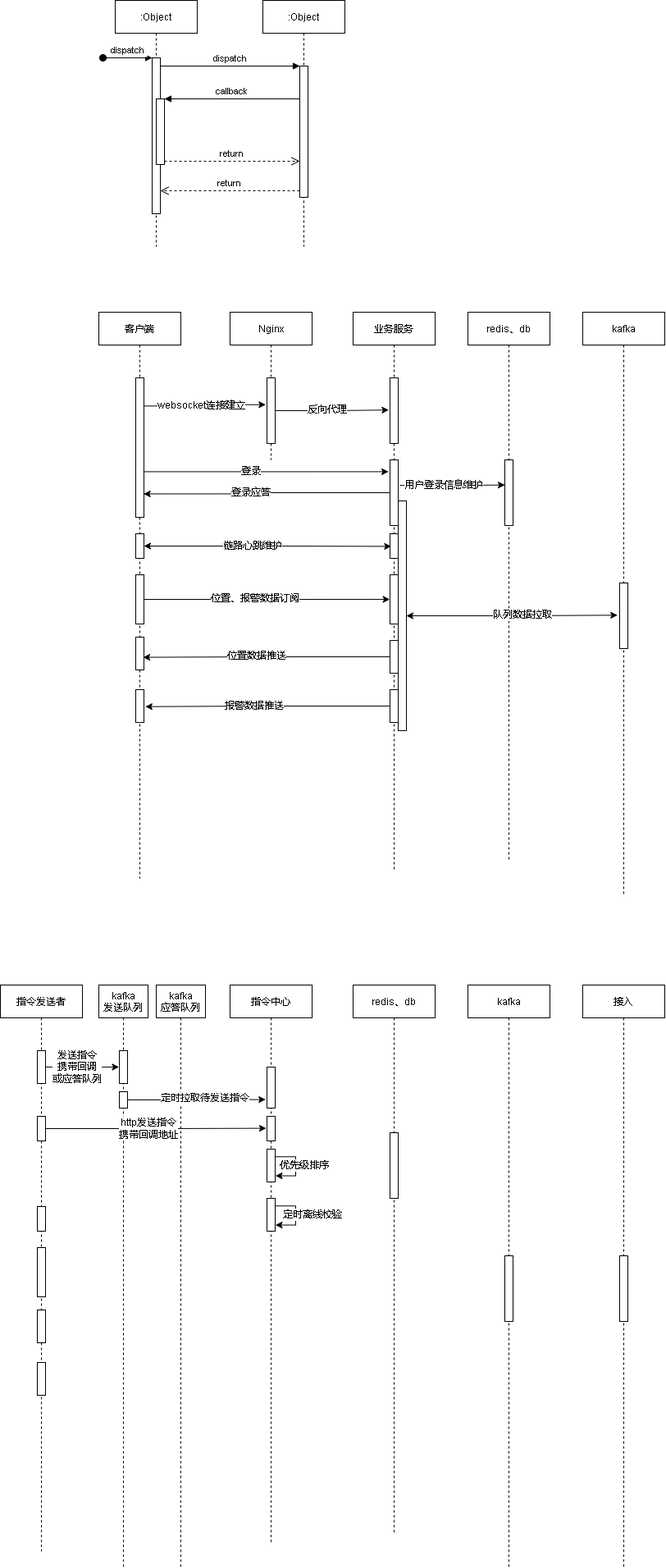
The draw.io diagram cgopro关键业务.drawio.png in xktder/draw, before a commit. Source tidied: cells renumbered, new cells last; positions are measured from the earlier drawing's top-left corner, leaving out a move shared by most shapes. Its diagram source:
```xml
<mxGraphModel>
  <root>
    <mxCell id="0" />
    <mxCell id="1" parent="0" />
    <mxCell id="2" value=":Object" style="shape=umlLifeline;perimeter=lifelinePerimeter;rounded=0;shadow=0;strokeWidth=1;" parent="1" vertex="1">
      <mxGeometry x="140" width="100" height="300" as="geometry" />
    </mxCell>
    <mxCell id="3" style="points=[];perimeter=orthogonalPerimeter;rounded=0;shadow=0;strokeWidth=1;" parent="2" vertex="1">
      <mxGeometry x="45" y="70" width="10" height="190" as="geometry" />
    </mxCell>
    <mxCell id="4" value="dispatch" style="verticalAlign=bottom;startArrow=oval;endArrow=block;startSize=8;shadow=0;strokeWidth=1;" parent="2" edge="1" target="3">
      <mxGeometry relative="1" as="geometry">
        <mxPoint x="-15" y="70" as="sourcePoint" />
      </mxGeometry>
    </mxCell>
    <mxCell id="5" style="points=[];perimeter=orthogonalPerimeter;rounded=0;shadow=0;strokeWidth=1;" parent="2" vertex="1">
      <mxGeometry x="50" y="120" width="10" height="80" as="geometry" />
    </mxCell>
    <mxCell id="6" value=":Object" style="shape=umlLifeline;perimeter=lifelinePerimeter;rounded=0;shadow=0;strokeWidth=1;" parent="1" vertex="1">
      <mxGeometry x="320" width="100" height="300" as="geometry" />
    </mxCell>
    <mxCell id="7" style="points=[];perimeter=orthogonalPerimeter;rounded=0;shadow=0;strokeWidth=1;" parent="6" vertex="1">
      <mxGeometry x="45" y="80" width="10" height="160" as="geometry" />
    </mxCell>
    <mxCell id="8" value="return" style="verticalAlign=bottom;endArrow=open;dashed=1;endSize=8;exitX=0;exitY=0.95;shadow=0;strokeWidth=1;" parent="1" edge="1" source="7" target="3">
      <mxGeometry relative="1" as="geometry" />
    </mxCell>
    <mxCell id="9" value="dispatch" style="verticalAlign=bottom;endArrow=block;entryX=0;entryY=0;shadow=0;strokeWidth=1;" parent="1" edge="1" source="3" target="7">
      <mxGeometry relative="1" as="geometry" />
    </mxCell>
    <mxCell id="10" value="callback" style="verticalAlign=bottom;endArrow=block;entryX=1;entryY=0;shadow=0;strokeWidth=1;" parent="1" edge="1" source="7" target="5">
      <mxGeometry relative="1" as="geometry" />
    </mxCell>
    <mxCell id="11" value="return" style="verticalAlign=bottom;endArrow=open;dashed=1;endSize=8;exitX=1;exitY=0.95;shadow=0;strokeWidth=1;" parent="1" edge="1" source="5" target="7">
      <mxGeometry relative="1" as="geometry" />
    </mxCell>
    <mxCell id="12" value="客户端" style="shape=umlLifeline;perimeter=lifelinePerimeter;rounded=0;shadow=0;strokeWidth=1;" parent="1" vertex="1">
      <mxGeometry x="120" y="380" width="100" height="690" as="geometry" />
    </mxCell>
    <mxCell id="13" style="points=[];perimeter=orthogonalPerimeter;rounded=0;shadow=0;strokeWidth=1;" parent="12" vertex="1">
      <mxGeometry x="45" y="80" width="10" height="170" as="geometry" />
    </mxCell>
    <mxCell id="14" style="points=[];perimeter=orthogonalPerimeter;rounded=0;shadow=0;strokeWidth=1;" parent="12" vertex="1">
      <mxGeometry x="45" y="270" width="10" height="30" as="geometry" />
    </mxCell>
    <mxCell id="15" style="points=[];perimeter=orthogonalPerimeter;rounded=0;shadow=0;strokeWidth=1;" parent="12" vertex="1">
      <mxGeometry x="45" y="320" width="10" height="60" as="geometry" />
    </mxCell>
    <mxCell id="16" style="points=[];perimeter=orthogonalPerimeter;rounded=0;shadow=0;strokeWidth=1;" parent="12" vertex="1">
      <mxGeometry x="45" y="396" width="10" height="40" as="geometry" />
    </mxCell>
    <mxCell id="17" style="points=[];perimeter=orthogonalPerimeter;rounded=0;shadow=0;strokeWidth=1;" parent="12" vertex="1">
      <mxGeometry x="45" y="460" width="10" height="40" as="geometry" />
    </mxCell>
    <mxCell id="18" value="Nginx" style="shape=umlLifeline;perimeter=lifelinePerimeter;rounded=0;shadow=0;strokeWidth=1;" parent="1" vertex="1">
      <mxGeometry x="280" y="380" width="100" height="180" as="geometry" />
    </mxCell>
    <mxCell id="19" style="points=[];perimeter=orthogonalPerimeter;rounded=0;shadow=0;strokeWidth=1;" parent="18" vertex="1">
      <mxGeometry x="45" y="80" width="10" height="80" as="geometry" />
    </mxCell>
    <mxCell id="20" value="业务服务" style="shape=umlLifeline;perimeter=lifelinePerimeter;rounded=0;shadow=0;strokeWidth=1;" parent="1" vertex="1">
      <mxGeometry x="430" y="380" width="100" height="680" as="geometry" />
    </mxCell>
    <mxCell id="21" style="points=[];perimeter=orthogonalPerimeter;rounded=0;shadow=0;strokeWidth=1;" parent="20" vertex="1">
      <mxGeometry x="45" y="80" width="10" height="80" as="geometry" />
    </mxCell>
    <mxCell id="22" style="points=[];perimeter=orthogonalPerimeter;rounded=0;shadow=0;strokeWidth=1;" parent="20" vertex="1">
      <mxGeometry x="45" y="180" width="10" height="80" as="geometry" />
    </mxCell>
    <mxCell id="23" style="points=[];perimeter=orthogonalPerimeter;rounded=0;shadow=0;strokeWidth=1;" parent="20" vertex="1">
      <mxGeometry x="45" y="270" width="10" height="30" as="geometry" />
    </mxCell>
    <mxCell id="24" style="points=[];perimeter=orthogonalPerimeter;rounded=0;shadow=0;strokeWidth=1;" parent="20" vertex="1">
      <mxGeometry x="45" y="320" width="10" height="60" as="geometry" />
    </mxCell>
    <mxCell id="25" style="points=[];perimeter=orthogonalPerimeter;rounded=0;shadow=0;strokeWidth=1;" parent="20" vertex="1">
      <mxGeometry x="55" y="230" width="10" height="280" as="geometry" />
    </mxCell>
    <mxCell id="26" style="points=[];perimeter=orthogonalPerimeter;rounded=0;shadow=0;strokeWidth=1;" parent="20" vertex="1">
      <mxGeometry x="45" y="400" width="10" height="40" as="geometry" />
    </mxCell>
    <mxCell id="27" style="points=[];perimeter=orthogonalPerimeter;rounded=0;shadow=0;strokeWidth=1;" parent="20" vertex="1">
      <mxGeometry x="45" y="460" width="10" height="40" as="geometry" />
    </mxCell>
    <mxCell id="28" value="redis、db" style="shape=umlLifeline;perimeter=lifelinePerimeter;rounded=0;shadow=0;strokeWidth=1;" parent="1" vertex="1">
      <mxGeometry x="570" y="380" width="100" height="670" as="geometry" />
    </mxCell>
    <mxCell id="29" style="points=[];perimeter=orthogonalPerimeter;rounded=0;shadow=0;strokeWidth=1;" parent="28" vertex="1">
      <mxGeometry x="45" y="180" width="10" height="80" as="geometry" />
    </mxCell>
    <mxCell id="30" value="kafka" style="shape=umlLifeline;perimeter=lifelinePerimeter;rounded=0;shadow=0;strokeWidth=1;" parent="1" vertex="1">
      <mxGeometry x="710" y="380" width="100" height="710" as="geometry" />
    </mxCell>
    <mxCell id="31" style="points=[];perimeter=orthogonalPerimeter;rounded=0;shadow=0;strokeWidth=1;" parent="30" vertex="1">
      <mxGeometry x="45" y="330" width="10" height="80" as="geometry" />
    </mxCell>
    <mxCell id="32" style="edgeStyle=orthogonalEdgeStyle;rounded=0;jettySize=auto;html=1;entryX=-0.167;entryY=0.409;entryDx=0;entryDy=0;entryPerimeter=0;exitX=0.938;exitY=0.202;exitDx=0;exitDy=0;exitPerimeter=0;" parent="1" edge="1" source="13" target="19">
      <mxGeometry relative="1" as="geometry" />
    </mxCell>
    <mxCell id="33" value="websocket连接建立" style="edgeLabel;html=1;align=center;verticalAlign=middle;" parent="32" vertex="1">
      <mxGeometry x="-0.07" y="1" relative="1" as="geometry" />
    </mxCell>
    <mxCell id="34" style="edgeStyle=orthogonalEdgeStyle;rounded=0;jettySize=auto;html=1;entryX=-0.157;entryY=0.49;entryDx=0;entryDy=0;entryPerimeter=0;" parent="1" edge="1" source="19" target="21">
      <mxGeometry relative="1" as="geometry" />
    </mxCell>
    <mxCell id="35" value="反向代理" style="edgeLabel;html=1;align=center;verticalAlign=middle;" parent="34" vertex="1">
      <mxGeometry x="-0.1" y="1" relative="1" as="geometry" />
    </mxCell>
    <mxCell id="36" style="edgeStyle=orthogonalEdgeStyle;rounded=0;jettySize=auto;html=1;entryX=-0.19;entryY=0.18;entryDx=0;entryDy=0;entryPerimeter=0;exitX=0.907;exitY=0.673;exitDx=0;exitDy=0;exitPerimeter=0;" parent="1" edge="1" source="13" target="22">
      <mxGeometry relative="1" as="geometry" />
    </mxCell>
    <mxCell id="37" value="登录" style="edgeLabel;html=1;align=center;verticalAlign=middle;" parent="36" vertex="1">
      <mxGeometry x="-0.13" y="1" relative="1" as="geometry" />
    </mxCell>
    <mxCell id="38" style="edgeStyle=orthogonalEdgeStyle;rounded=0;jettySize=auto;html=1;entryX=0.962;entryY=0.832;entryDx=0;entryDy=0;entryPerimeter=0;" parent="1" edge="1" source="22" target="13">
      <mxGeometry relative="1" as="geometry" />
    </mxCell>
    <mxCell id="39" value="登录应答" style="edgeLabel;html=1;align=center;verticalAlign=middle;" parent="38" vertex="1">
      <mxGeometry x="0.14" y="-2" relative="1" as="geometry" />
    </mxCell>
    <mxCell id="40" style="edgeStyle=orthogonalEdgeStyle;rounded=0;jettySize=auto;html=1;entryX=0.007;entryY=0.382;entryDx=0;entryDy=0;entryPerimeter=0;exitX=1.207;exitY=0.389;exitDx=0;exitDy=0;exitPerimeter=0;" parent="1" edge="1" source="22" target="29">
      <mxGeometry relative="1" as="geometry" />
    </mxCell>
    <mxCell id="41" value="用户登录信息维护" style="edgeLabel;html=1;align=center;verticalAlign=middle;" parent="40" vertex="1">
      <mxGeometry x="-0.17" relative="1" as="geometry" />
    </mxCell>
    <mxCell id="42" style="edgeStyle=orthogonalEdgeStyle;rounded=0;jettySize=auto;html=1;entryX=0.141;entryY=0.514;entryDx=0;entryDy=0;entryPerimeter=0;startArrow=classic;startFill=1;" parent="1" edge="1" source="14" target="23">
      <mxGeometry relative="1" as="geometry" />
    </mxCell>
    <mxCell id="43" value="链路心跳维护" style="edgeLabel;html=1;align=center;verticalAlign=middle;" parent="42" vertex="1">
      <mxGeometry x="-0.13" relative="1" as="geometry" />
    </mxCell>
    <mxCell id="44" style="edgeStyle=orthogonalEdgeStyle;rounded=0;jettySize=auto;html=1;entryX=-0.024;entryY=0.499;entryDx=0;entryDy=0;entryPerimeter=0;startArrow=none;startFill=0;" parent="1" edge="1" source="15" target="24">
      <mxGeometry relative="1" as="geometry" />
    </mxCell>
    <mxCell id="45" value="位置、报警数据订阅" style="edgeLabel;html=1;align=center;verticalAlign=middle;" parent="44" vertex="1">
      <mxGeometry x="-0.1" y="1" relative="1" as="geometry" />
    </mxCell>
    <mxCell id="46" style="edgeStyle=orthogonalEdgeStyle;rounded=0;jettySize=auto;html=1;entryX=-0.272;entryY=0.491;entryDx=0;entryDy=0;entryPerimeter=0;startArrow=classic;startFill=1;" parent="1" edge="1" source="25" target="31">
      <mxGeometry relative="1" as="geometry" />
    </mxCell>
    <mxCell id="47" value="队列数据拉取" style="edgeLabel;html=1;align=center;verticalAlign=middle;" parent="46" vertex="1">
      <mxGeometry x="0.1" y="1" relative="1" as="geometry" />
    </mxCell>
    <mxCell id="48" style="edgeStyle=orthogonalEdgeStyle;rounded=0;jettySize=auto;html=1;entryX=0.907;entryY=0.615;entryDx=0;entryDy=0;entryPerimeter=0;startArrow=none;startFill=0;" parent="1" edge="1" source="26" target="16">
      <mxGeometry relative="1" as="geometry" />
    </mxCell>
    <mxCell id="49" value="位置数据推送" style="edgeLabel;html=1;align=center;verticalAlign=middle;" parent="48" vertex="1">
      <mxGeometry x="0.09" y="-2" relative="1" as="geometry" />
    </mxCell>
    <mxCell id="50" style="edgeStyle=orthogonalEdgeStyle;rounded=0;jettySize=auto;html=1;entryX=1.183;entryY=0.518;entryDx=0;entryDy=0;entryPerimeter=0;startArrow=none;startFill=0;" parent="1" edge="1" source="27" target="17">
      <mxGeometry relative="1" as="geometry" />
    </mxCell>
    <mxCell id="51" value="报警数据推送" style="edgeLabel;html=1;align=center;verticalAlign=middle;" parent="50" vertex="1">
      <mxGeometry x="0.18" y="-1" relative="1" as="geometry">
        <mxPoint x="9" as="offset" />
      </mxGeometry>
    </mxCell>
    <mxCell id="52" value="指令发送者" style="shape=umlLifeline;perimeter=lifelinePerimeter;rounded=0;shadow=0;strokeWidth=1;" parent="1" vertex="1">
      <mxGeometry y="1200" width="100" height="690" as="geometry" />
    </mxCell>
    <mxCell id="53" style="points=[];perimeter=orthogonalPerimeter;rounded=0;shadow=0;strokeWidth=1;" parent="52" vertex="1">
      <mxGeometry x="45" y="80" width="10" height="40" as="geometry" />
    </mxCell>
    <mxCell id="54" style="perimeter=orthogonalPerimeter;rounded=0;shadow=0;strokeWidth=1;" parent="52" vertex="1">
      <mxGeometry x="45" y="270" width="10" height="30" as="geometry" />
    </mxCell>
    <mxCell id="55" style="perimeter=orthogonalPerimeter;rounded=0;shadow=0;strokeWidth=1;" parent="52" vertex="1">
      <mxGeometry x="45" y="320" width="10" height="60" as="geometry" />
    </mxCell>
    <mxCell id="56" style="perimeter=orthogonalPerimeter;rounded=0;shadow=0;strokeWidth=1;" parent="52" vertex="1">
      <mxGeometry x="45" y="396" width="10" height="40" as="geometry" />
    </mxCell>
    <mxCell id="57" style="perimeter=orthogonalPerimeter;rounded=0;shadow=0;strokeWidth=1;" parent="52" vertex="1">
      <mxGeometry x="45" y="460" width="10" height="40" as="geometry" />
    </mxCell>
    <mxCell id="58" style="points=[];perimeter=orthogonalPerimeter;rounded=0;shadow=0;strokeWidth=1;" parent="52" vertex="1">
      <mxGeometry x="45" y="160" width="10" height="30" as="geometry" />
    </mxCell>
    <mxCell id="59" value="指令中心" style="shape=umlLifeline;perimeter=lifelinePerimeter;rounded=0;shadow=0;strokeWidth=1;" parent="1" vertex="1">
      <mxGeometry x="280" y="1200" width="100" height="680" as="geometry" />
    </mxCell>
    <mxCell id="60" style="points=[];perimeter=orthogonalPerimeter;rounded=0;shadow=0;strokeWidth=1;" parent="59" vertex="1">
      <mxGeometry x="45" y="100" width="10" height="50" as="geometry" />
    </mxCell>
    <mxCell id="61" style="points=[];perimeter=orthogonalPerimeter;rounded=0;shadow=0;strokeWidth=1;" parent="59" vertex="1">
      <mxGeometry x="45" y="160" width="10" height="30" as="geometry" />
    </mxCell>
    <mxCell id="62" style="points=[];perimeter=orthogonalPerimeter;rounded=0;shadow=0;strokeWidth=1;" parent="59" vertex="1">
      <mxGeometry x="45" y="200" width="10" height="40" as="geometry" />
    </mxCell>
    <mxCell id="63" style="edgeStyle=orthogonalEdgeStyle;rounded=0;orthogonalLoop=1;jettySize=auto;html=1;entryX=1.043;entryY=0.813;entryDx=0;entryDy=0;entryPerimeter=0;startArrow=none;startFill=0;exitX=0.967;exitY=0.232;exitDx=0;exitDy=0;exitPerimeter=0;" parent="59" edge="1" source="62" target="62">
      <mxGeometry relative="1" as="geometry">
        <Array as="points">
          <mxPoint x="80" y="209" />
          <mxPoint x="80" y="232" />
        </Array>
      </mxGeometry>
    </mxCell>
    <mxCell id="64" value="优先级排序" style="edgeLabel;html=1;align=center;verticalAlign=middle;" parent="63" vertex="1">
      <mxGeometry x="-0.1" relative="1" as="geometry">
        <mxPoint x="10" y="3" as="offset" />
      </mxGeometry>
    </mxCell>
    <mxCell id="65" style="points=[];perimeter=orthogonalPerimeter;rounded=0;shadow=0;strokeWidth=1;" parent="59" vertex="1">
      <mxGeometry x="45" y="260" width="10" height="40" as="geometry" />
    </mxCell>
    <mxCell id="66" style="edgeStyle=orthogonalEdgeStyle;rounded=0;orthogonalLoop=1;jettySize=auto;html=1;entryX=1.043;entryY=0.813;entryDx=0;entryDy=0;entryPerimeter=0;startArrow=none;startFill=0;exitX=0.967;exitY=0.232;exitDx=0;exitDy=0;exitPerimeter=0;" parent="59" edge="1" source="65" target="65">
      <mxGeometry relative="1" as="geometry">
        <Array as="points">
          <mxPoint x="80" y="269" />
          <mxPoint x="80" y="292" />
        </Array>
      </mxGeometry>
    </mxCell>
    <mxCell id="67" value="定时离线校验" style="edgeLabel;html=1;align=center;verticalAlign=middle;" parent="66" vertex="1">
      <mxGeometry x="-0.1" relative="1" as="geometry">
        <mxPoint x="20" y="3" as="offset" />
      </mxGeometry>
    </mxCell>
    <mxCell id="68" value="redis、db" style="shape=umlLifeline;perimeter=lifelinePerimeter;rounded=0;shadow=0;strokeWidth=1;" parent="1" vertex="1">
      <mxGeometry x="430" y="1200" width="100" height="670" as="geometry" />
    </mxCell>
    <mxCell id="69" style="perimeter=orthogonalPerimeter;rounded=0;shadow=0;strokeWidth=1;" parent="68" vertex="1">
      <mxGeometry x="45" y="180" width="10" height="80" as="geometry" />
    </mxCell>
    <mxCell id="70" value="kafka" style="shape=umlLifeline;perimeter=lifelinePerimeter;rounded=0;shadow=0;strokeWidth=1;" parent="1" vertex="1">
      <mxGeometry x="570" y="1200" width="100" height="710" as="geometry" />
    </mxCell>
    <mxCell id="71" style="perimeter=orthogonalPerimeter;rounded=0;shadow=0;strokeWidth=1;" parent="70" vertex="1">
      <mxGeometry x="45" y="330" width="10" height="80" as="geometry" />
    </mxCell>
    <mxCell id="72" value="接入" style="shape=umlLifeline;perimeter=lifelinePerimeter;rounded=0;shadow=0;strokeWidth=1;" parent="1" vertex="1">
      <mxGeometry x="710" y="1200" width="100" height="710" as="geometry" />
    </mxCell>
    <mxCell id="73" style="perimeter=orthogonalPerimeter;rounded=0;shadow=0;strokeWidth=1;" parent="72" vertex="1">
      <mxGeometry x="45" y="330" width="10" height="80" as="geometry" />
    </mxCell>
    <mxCell id="74" value="kafka&#10;发送队列" style="shape=umlLifeline;perimeter=lifelinePerimeter;rounded=0;shadow=0;strokeWidth=1;" parent="1" vertex="1">
      <mxGeometry x="120" y="1200" width="60" height="710" as="geometry" />
    </mxCell>
    <mxCell id="75" style="points=[];perimeter=orthogonalPerimeter;rounded=0;shadow=0;strokeWidth=1;" parent="74" vertex="1">
      <mxGeometry x="25" y="80" width="10" height="40" as="geometry" />
    </mxCell>
    <mxCell id="76" style="points=[];perimeter=orthogonalPerimeter;rounded=0;shadow=0;strokeWidth=1;" parent="74" vertex="1">
      <mxGeometry x="25" y="130" width="10" height="20" as="geometry" />
    </mxCell>
    <mxCell id="77" value="kafka&#10;应答队列" style="shape=umlLifeline;perimeter=lifelinePerimeter;rounded=0;shadow=0;strokeWidth=1;" parent="1" vertex="1">
      <mxGeometry x="190" y="1200" width="60" height="710" as="geometry" />
    </mxCell>
    <mxCell id="78" style="edgeStyle=orthogonalEdgeStyle;rounded=0;jettySize=auto;html=1;entryX=-0.043;entryY=0.499;entryDx=0;entryDy=0;entryPerimeter=0;startArrow=none;startFill=0;" parent="1" edge="1" source="53" target="75">
      <mxGeometry relative="1" as="geometry" />
    </mxCell>
    <mxCell id="79" value="发送指令&lt;br&gt;携带回调&lt;br&gt;或应答队列" style="edgeLabel;html=1;align=center;verticalAlign=middle;" parent="78" vertex="1">
      <mxGeometry x="-0.16" relative="1" as="geometry" />
    </mxCell>
    <mxCell id="80" style="edgeStyle=orthogonalEdgeStyle;rounded=0;jettySize=auto;html=1;entryX=-0.176;entryY=0.791;entryDx=0;entryDy=0;entryPerimeter=0;startArrow=none;startFill=0;" parent="1" edge="1" source="76" target="60">
      <mxGeometry relative="1" as="geometry" />
    </mxCell>
    <mxCell id="81" value="定时拉取待发送指令" style="edgeLabel;html=1;align=center;verticalAlign=middle;" parent="80" vertex="1">
      <mxGeometry x="0.12" y="-2" relative="1" as="geometry">
        <mxPoint y="-4" as="offset" />
      </mxGeometry>
    </mxCell>
    <mxCell id="82" style="edgeStyle=orthogonalEdgeStyle;rounded=0;jettySize=auto;html=1;entryX=-0.1;entryY=0.487;entryDx=0;entryDy=0;entryPerimeter=0;startArrow=none;startFill=0;" parent="1" edge="1" source="58" target="61">
      <mxGeometry relative="1" as="geometry" />
    </mxCell>
    <mxCell id="83" value="http发送指令&lt;br&gt;携带回调地址" style="edgeLabel;html=1;align=center;verticalAlign=middle;" parent="82" vertex="1">
      <mxGeometry x="-0.07" relative="1" as="geometry" />
    </mxCell>
  </root>
</mxGraphModel>
```
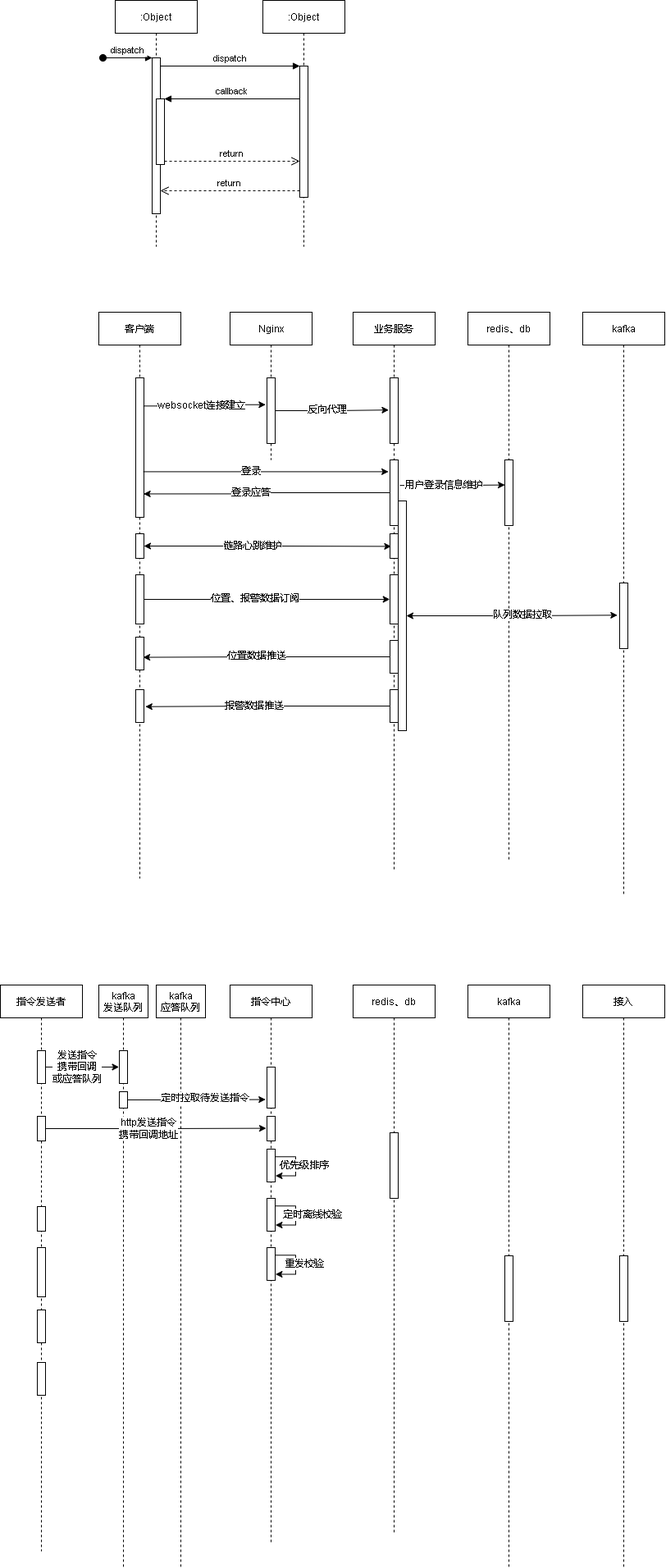
Above is the later version.

Commit message:
更新cgopro关键业务.drawio.png

What changed in the source:
```diff
@@ -218,6 +218,22 @@
         <mxPoint x="20" y="3" as="offset" />
       </mxGeometry>
     </mxCell>
+    <mxCell id="84" style="points=[];perimeter=orthogonalPerimeter;rounded=0;shadow=0;strokeWidth=1;" parent="59" vertex="1">
+      <mxGeometry x="45" y="320" width="10" height="40" as="geometry" />
+    </mxCell>
+    <mxCell id="85" style="edgeStyle=orthogonalEdgeStyle;rounded=0;orthogonalLoop=1;jettySize=auto;html=1;entryX=1.043;entryY=0.813;entryDx=0;entryDy=0;entryPerimeter=0;startArrow=none;startFill=0;exitX=0.967;exitY=0.232;exitDx=0;exitDy=0;exitPerimeter=0;" parent="59" edge="1" source="84" target="84">
+      <mxGeometry relative="1" as="geometry">
+        <Array as="points">
+          <mxPoint x="80" y="329" />
+          <mxPoint x="80" y="352" />
+        </Array>
+      </mxGeometry>
+    </mxCell>
+    <mxCell id="86" value="重发校验" style="edgeLabel;html=1;align=center;verticalAlign=middle;" parent="85" vertex="1">
+      <mxGeometry x="-0.1" relative="1" as="geometry">
+        <mxPoint x="10" y="3" as="offset" />
+      </mxGeometry>
+    </mxCell>
     <mxCell id="68" value="redis、db" style="shape=umlLifeline;perimeter=lifelinePerimeter;rounded=0;shadow=0;strokeWidth=1;" parent="1" vertex="1">
       <mxGeometry x="430" y="1200" width="100" height="670" as="geometry" />
     </mxCell>
```
